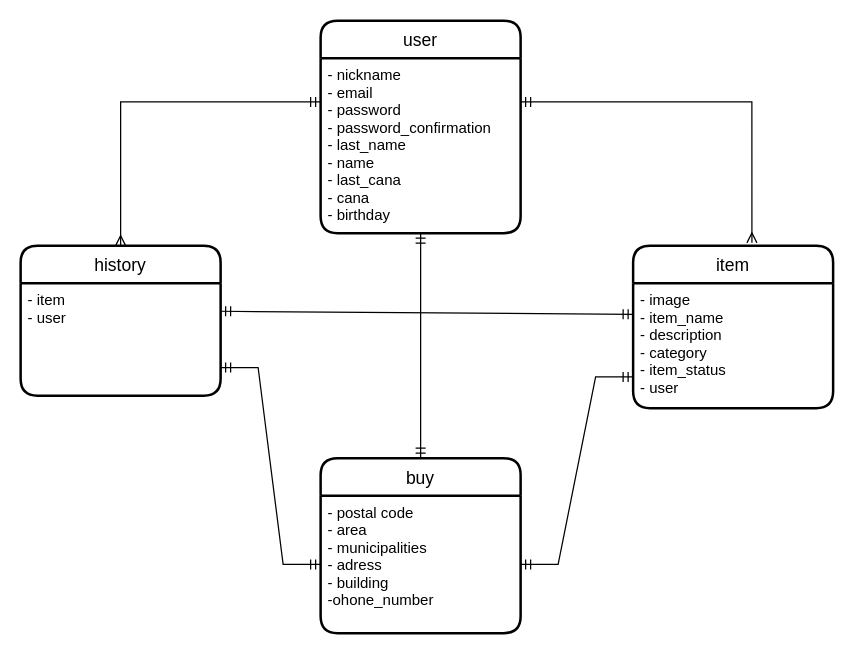
tech-kannnari/furima-34414 keeps this draw.io diagram as furima.dio. Above is the earlier version. Source tidied: cells renumbered, new cells numbered last; positions are measured from the earlier drawing's top-left corner, leaving out a move shared by most shapes. Both pictures are drawn from the tidied source at 125%, with x=0, y=0 at pixel (20, 20).
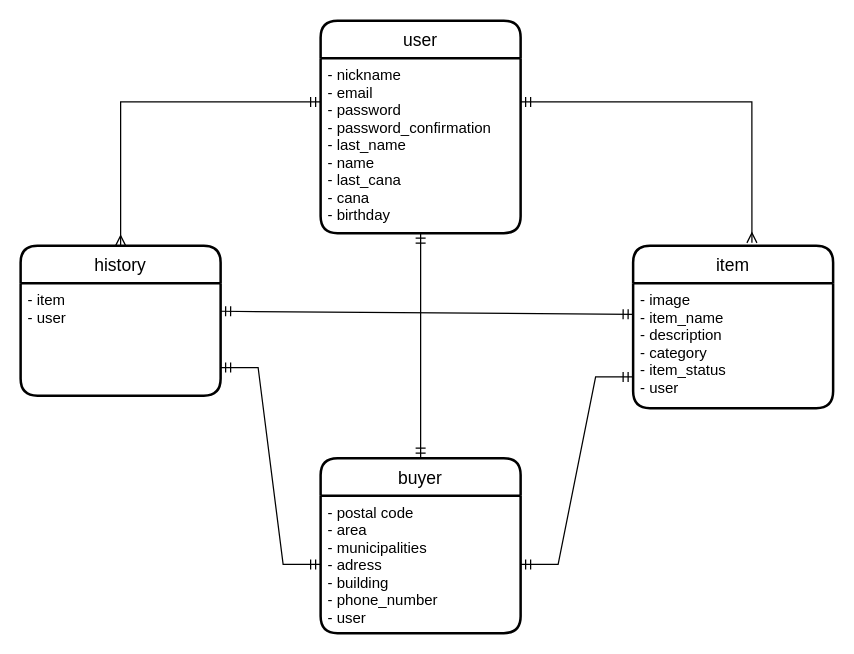
Above is the later version.

Commit message (it also covers changes not shown here):
read meの作成

Change to the diagram source:
```diff
@@
 <mxGraphModel>
   <root>
     <mxCell id="0" />
     <mxCell id="1" parent="0" />
     <mxCell id="2" value="history" style="swimlane;horizontal=1;startSize=30;rounded=1;fontSize=14;fontStyle=0;strokeWidth=2;shadow=0;dashed=0;align=center;" parent="1" vertex="1">
       <mxGeometry y="180" width="160" height="120" as="geometry" />
     </mxCell>
     <mxCell id="3" value="- item&#10;- user" style="align=left;strokeColor=none;fillColor=none;spacingLeft=4;fontSize=12;verticalAlign=top;" parent="2" vertex="1">
       <mxGeometry y="30" width="160" height="90" as="geometry" />
     </mxCell>
     <mxCell id="4" value="user" style="swimlane;horizontal=1;startSize=30;rounded=1;fontSize=14;fontStyle=0;strokeWidth=2;shadow=0;dashed=0;align=center;" parent="1" vertex="1">
       <mxGeometry x="240" width="160" height="170" as="geometry" />
     </mxCell>
     <mxCell id="5" value="- nickname&#10;- email&#10;- password&#10;- password_confirmation&#10;- last_name&#10;- name&#10;- last_cana&#10;- cana&#10;- birthday" style="align=left;strokeColor=none;fillColor=none;spacingLeft=4;fontSize=12;verticalAlign=top;" parent="4" vertex="1">
       <mxGeometry y="30" width="160" height="140" as="geometry" />
     </mxCell>
     <mxCell id="6" value="item" style="swimlane;horizontal=1;startSize=30;rounded=1;fontSize=14;fontStyle=0;strokeWidth=2;shadow=0;dashed=0;align=center;" parent="1" vertex="1">
       <mxGeometry x="490" y="180" width="160" height="130" as="geometry" />
     </mxCell>
     <mxCell id="7" value="- image&#10;- item_name&#10;- description&#10;- category&#10;- item_status&#10;- user" style="align=left;strokeColor=none;fillColor=none;spacingLeft=4;fontSize=12;verticalAlign=top;" parent="6" vertex="1">
       <mxGeometry y="30" width="160" height="100" as="geometry" />
     </mxCell>
-    <mxCell id="8" value="buy" style="swimlane;horizontal=1;startSize=30;rounded=1;fontSize=14;fontStyle=0;strokeWidth=2;shadow=0;dashed=0;align=center;" parent="1" vertex="1">
+    <mxCell id="8" value="buyer" style="swimlane;horizontal=1;startSize=30;rounded=1;fontSize=14;fontStyle=0;strokeWidth=2;shadow=0;dashed=0;align=center;" parent="1" vertex="1">
       <mxGeometry x="240" y="350" width="160" height="140" as="geometry" />
     </mxCell>
-    <mxCell id="9" value="- postal code&#10;- area&#10;- municipalities&#10;- adress&#10;- building&#10;-ohone_number" style="align=left;strokeColor=none;fillColor=none;spacingLeft=4;fontSize=12;verticalAlign=top;" parent="8" vertex="1">
+    <mxCell id="9" value="- postal code&#10;- area&#10;- municipalities&#10;- adress&#10;- building&#10;- phone_number&#10;- user" style="align=left;strokeColor=none;fillColor=none;spacingLeft=4;fontSize=12;verticalAlign=top;" parent="8" vertex="1">
       <mxGeometry y="30" width="160" height="110" as="geometry" />
     </mxCell>
     <mxCell id="10" style="edgeStyle=entityRelationEdgeStyle;rounded=0;jettySize=auto;html=1;exitX=1;exitY=0.75;exitDx=0;exitDy=0;startArrow=ERmandOne;startFill=0;endArrow=ERmandOne;endFill=0;strokeWidth=1;" parent="1" edge="1" source="3" target="9">
       <mxGeometry relative="1" as="geometry" />
     </mxCell>
     <mxCell id="11" style="edgeStyle=entityRelationEdgeStyle;rounded=0;jettySize=auto;html=1;exitX=0;exitY=0.75;exitDx=0;exitDy=0;entryX=1;entryY=0.5;entryDx=0;entryDy=0;startArrow=ERmandOne;startFill=0;endArrow=ERmandOne;endFill=0;strokeWidth=1;" parent="1" edge="1" source="7" target="9">
       <mxGeometry relative="1" as="geometry" />
     </mxCell>
     <mxCell id="12" style="edgeStyle=none;rounded=0;jettySize=auto;html=1;exitX=0.5;exitY=1;exitDx=0;exitDy=0;endArrow=ERmandOne;endFill=0;startArrow=ERmandOne;startFill=0;" parent="1" edge="1" source="5" target="8">
       <mxGeometry relative="1" as="geometry" />
     </mxCell>
     <mxCell id="13" style="edgeStyle=orthogonalEdgeStyle;rounded=0;jettySize=auto;html=1;exitX=0;exitY=0.25;exitDx=0;exitDy=0;entryX=0.5;entryY=0;entryDx=0;entryDy=0;startArrow=ERmandOne;startFill=0;endArrow=ERmany;endFill=0;" parent="1" edge="1" source="5" target="2">
       <mxGeometry relative="1" as="geometry" />
     </mxCell>
     <mxCell id="14" style="edgeStyle=orthogonalEdgeStyle;rounded=0;jettySize=auto;html=1;exitX=1;exitY=0.25;exitDx=0;exitDy=0;entryX=0.594;entryY=-0.017;entryDx=0;entryDy=0;entryPerimeter=0;startArrow=ERmandOne;startFill=0;endArrow=ERmany;endFill=0;" parent="1" edge="1" source="5" target="6">
       <mxGeometry relative="1" as="geometry" />
     </mxCell>
     <mxCell id="15" style="edgeStyle=none;rounded=0;jettySize=auto;html=1;exitX=1;exitY=0.25;exitDx=0;exitDy=0;startArrow=ERmandOne;startFill=0;endArrow=ERmandOne;endFill=0;entryX=0;entryY=0.25;entryDx=0;entryDy=0;" parent="1" edge="1" source="3" target="7">
       <mxGeometry relative="1" as="geometry" />
     </mxCell>
   </root>
 </mxGraphModel>
```
